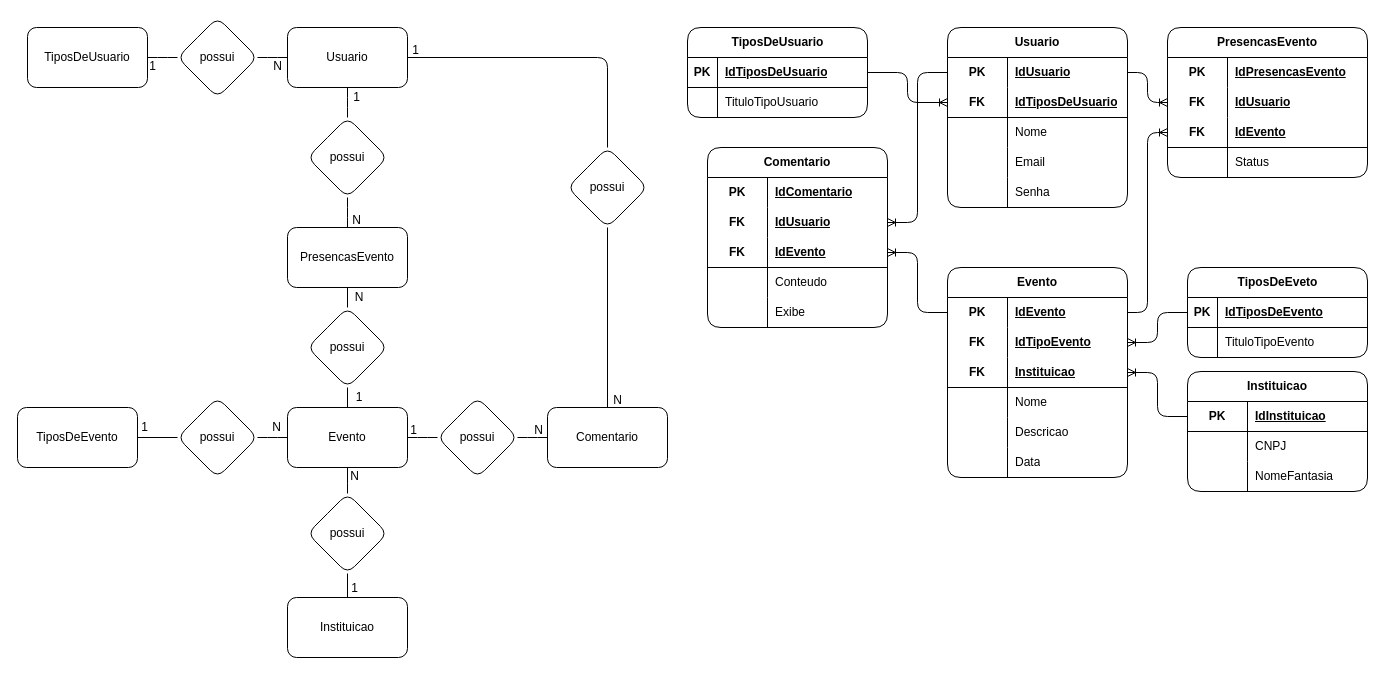
Earlier version of the draw.io diagram Banco de dados - Sprint 1/Projeto Event+/Event+.drawio (LucasBO7/senai-curso-repos-semestre-2). Source tidied: cells renumbered, new cells numbered last; positions are measured from the earlier drawing's top-left corner, leaving out a move shared by most shapes. Both pictures are drawn from the tidied source at 100%, with x=0, y=0 at pixel (17, 17).
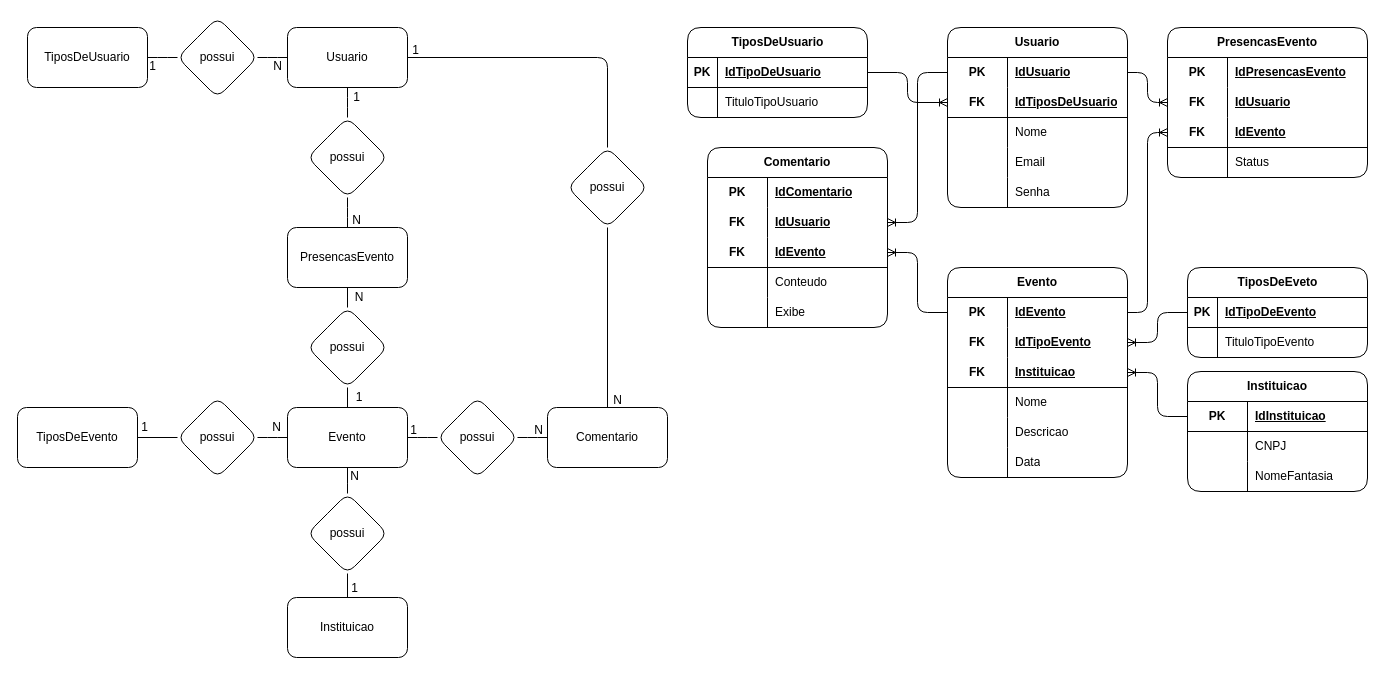
The same diagram, later.

The change refers to these unchanged cells:
```xml
<mxCell id="45" style="shape=tableRow;horizontal=0;startSize=0;swimlaneHead=0;swimlaneBody=0;fillColor=none;points=[[0,0.5],[1,0.5]];portConstraint=eastwest;top=0;left=0;right=0;bottom=1;rounded=1;labelBackgroundColor=none;" parent="44" vertex="1">
  <mxGeometry y="30" width="180" height="30" as="geometry" />
</mxCell>
<mxCell id="112" style="shape=tableRow;horizontal=0;startSize=0;swimlaneHead=0;swimlaneBody=0;fillColor=none;points=[[0,0.5],[1,0.5]];portConstraint=eastwest;top=0;left=0;right=0;bottom=1;rounded=1;labelBackgroundColor=none;" parent="111" vertex="1">
  <mxGeometry y="30" width="180" height="30" as="geometry" />
</mxCell>
```

Diff of the diagram source:
```diff
@@
-    <mxCell id="47" value="IdTiposDeUsuario" style="shape=partialRectangle;fillColor=none;top=0;left=0;bottom=0;right=0;align=left;spacingLeft=6;fontStyle=5;overflow=hidden;whiteSpace=wrap;html=1;rounded=1;labelBackgroundColor=none;" parent="45" vertex="1">
+    <mxCell id="47" value="IdTipoDeUsuario" style="shape=partialRectangle;fillColor=none;top=0;left=0;bottom=0;right=0;align=left;spacingLeft=6;fontStyle=5;overflow=hidden;whiteSpace=wrap;html=1;rounded=1;labelBackgroundColor=none;" parent="45" vertex="1">
       <mxGeometry x="30" width="150" height="30" as="geometry" />
     </mxCell>
@@
-    <mxCell id="114" value="IdTiposDeEvento" style="shape=partialRectangle;fillColor=none;top=0;left=0;bottom=0;right=0;align=left;spacingLeft=6;fontStyle=5;overflow=hidden;whiteSpace=wrap;html=1;rounded=1;labelBackgroundColor=none;" parent="112" vertex="1">
+    <mxCell id="114" value="IdTipoDeEvento" style="shape=partialRectangle;fillColor=none;top=0;left=0;bottom=0;right=0;align=left;spacingLeft=6;fontStyle=5;overflow=hidden;whiteSpace=wrap;html=1;rounded=1;labelBackgroundColor=none;" parent="112" vertex="1">
       <mxGeometry x="30" width="150" height="30" as="geometry" />
     </mxCell>
```
